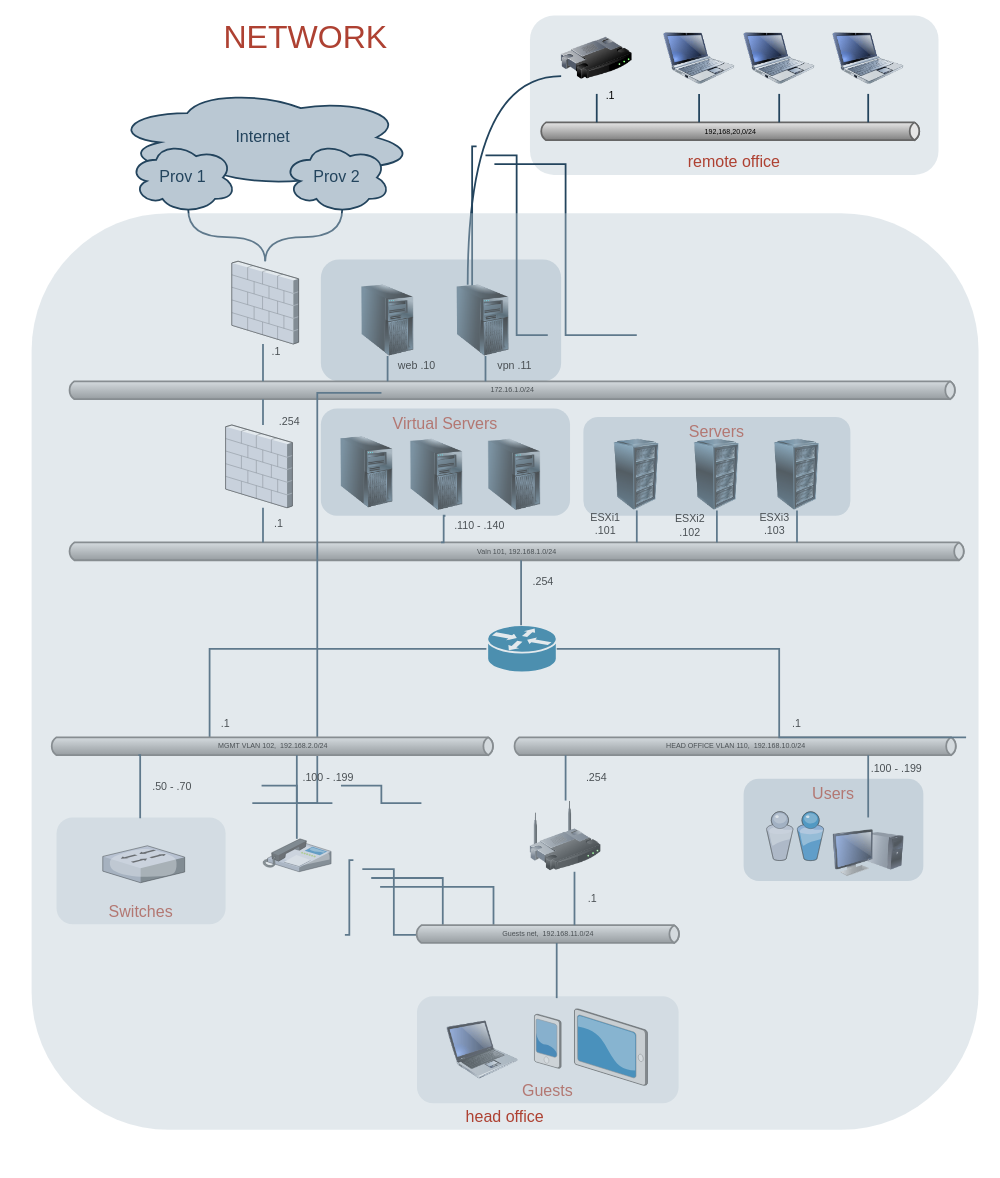
This is HW03_8_NETWORKS03/Untitled Diagram.drawio from alshelk/devops-netology, a draw.io file, before an edit. Source tidied: cells renumbered, new cells numbered last; positions are measured from the earlier drawing's top-left corner, leaving out a move shared by most shapes. Both pictures are drawn from the tidied source at 89%, with x=0, y=0 at pixel (22, 15).
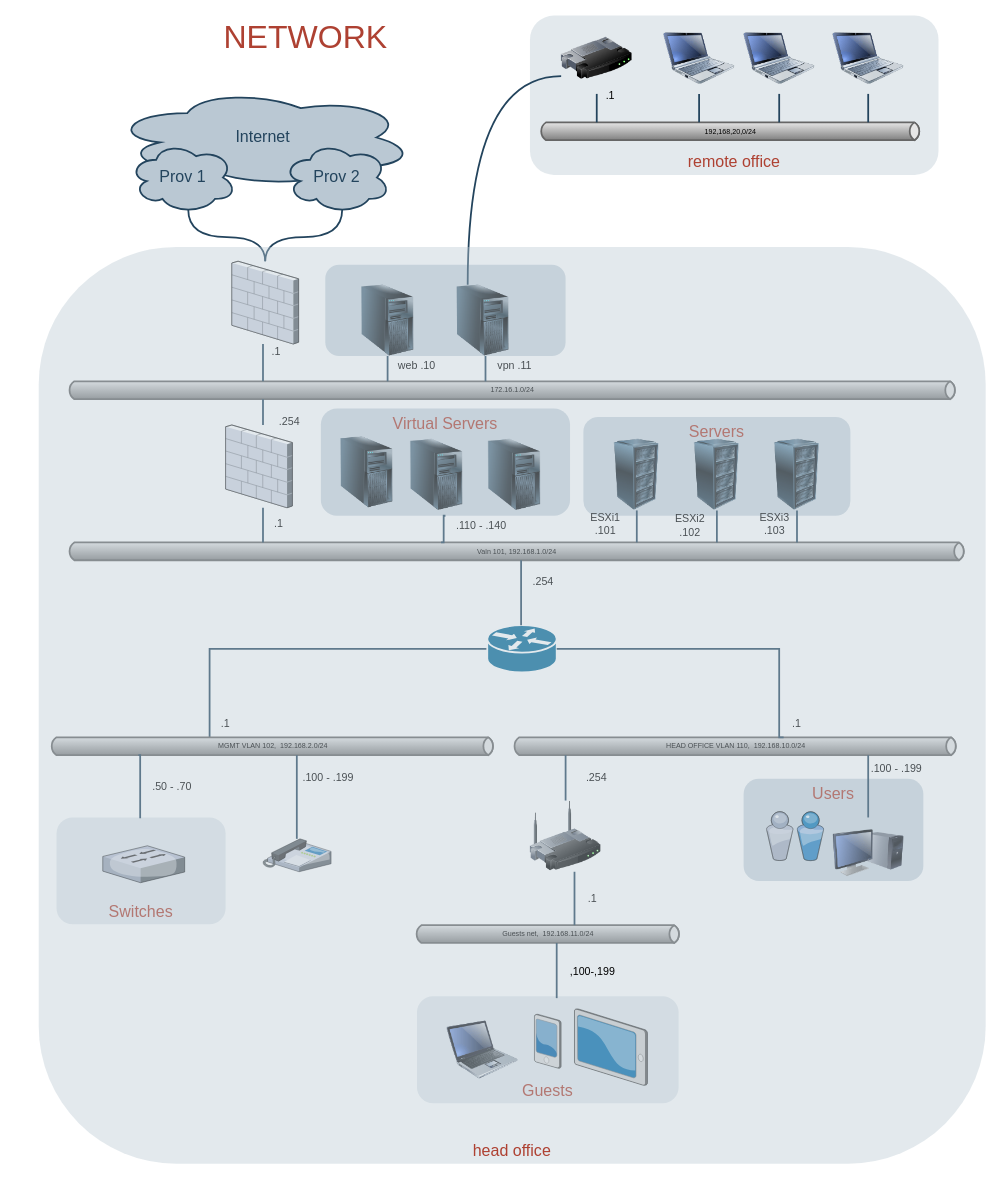
After the change.

The change refers to these unchanged cells:
```xml
<mxCell id="12" value="&lt;font color=&quot;#000000&quot;&gt;HEAD OFFICE VLAN 110,&amp;nbsp; 192.168.10.0/24&lt;/font&gt;" style="strokeWidth=2;strokeColor=#666666;dashed=0;align=center;html=1;fontSize=8;shape=mxgraph.eip.messageChannel;shadow=0;fillColor=#FFFFFF;gradientColor=none;fontColor=#F08705;fontStyle=0;" parent="1" vertex="1">
  <mxGeometry x="550" y="811" width="501" height="20" as="geometry" />
</mxCell>
<mxCell id="63" style="shape=mxgraph.cisco.routers.router;sketch=0;html=1;dashed=0;fillColor=#036897;strokeColor=#ffffff;strokeWidth=2;verticalLabelPosition=bottom;verticalAlign=top;align=center;outlineConnect=0;fontColor=#000000;" parent="1" vertex="1">
  <mxGeometry x="522" y="685" width="78" height="53" as="geometry" />
</mxCell>
<mxCell id="75" value=".1" style="text;html=1;strokeColor=none;fillColor=none;align=center;verticalAlign=middle;whiteSpace=wrap;rounded=0;fontColor=#000000;" parent="1" vertex="1">
  <mxGeometry x="840" y="781" width="60" height="30" as="geometry" />
</mxCell>
```

What changed in the source:
```diff
@@
     <mxCell id="3" style="rounded=1;whiteSpace=wrap;html=1;shadow=0;strokeColor=none;fillColor=#BAC8D3;gradientColor=none;fontSize=18;fontColor=#AE4132;verticalAlign=top;fontStyle=0;opacity=70;strokeWidth=3;" parent="1" vertex="1">
-      <mxGeometry x="335" y="274" width="270" height="137" as="geometry" />
+      <mxGeometry x="340" y="280" width="270" height="102.5" as="geometry" />
     </mxCell>
@@
-    <mxCell id="20" style="edgeStyle=elbowEdgeStyle;strokeWidth=2;rounded=0;endArrow=none;startArrow=none;startSize=10;endSize=10;dashed=0;html=1;strokeColor=#23445D;fontSize=18;fontColor=#F08705;startFill=0;endFill=0;fontStyle=0;" parent="1" edge="1">
-      <mxGeometry relative="1" as="geometry">
-        <mxPoint x="510" y="147" as="sourcePoint" />
-        <mxPoint x="500" y="359" as="targetPoint" />
-      </mxGeometry>
-    </mxCell>
-    <mxCell id="21" style="edgeStyle=elbowEdgeStyle;strokeWidth=2;rounded=0;endArrow=none;startArrow=none;startSize=10;endSize=10;dashed=0;html=1;strokeColor=#23445D;fontSize=18;fontColor=#F08705;startFill=0;endFill=0;fontStyle=0;" parent="1" edge="1">
-      <mxGeometry relative="1" as="geometry">
-        <mxPoint x="520" y="157" as="sourcePoint" />
-        <mxPoint x="590" y="359" as="targetPoint" />
-      </mxGeometry>
-    </mxCell>
-    <mxCell id="22" style="edgeStyle=elbowEdgeStyle;strokeWidth=2;rounded=0;endArrow=none;startArrow=none;startSize=10;endSize=10;dashed=0;html=1;strokeColor=#23445D;fontSize=18;fontColor=#F08705;startFill=0;endFill=0;fontStyle=0;" parent="1" edge="1">
-      <mxGeometry relative="1" as="geometry">
-        <mxPoint x="530" y="167" as="sourcePoint" />
-        <mxPoint x="690" y="359" as="targetPoint" />
-      </mxGeometry>
-    </mxCell>
@@
-    <mxCell id="34" style="edgeStyle=elbowEdgeStyle;strokeWidth=2;rounded=0;endArrow=none;startArrow=none;startSize=10;endSize=10;dashed=0;html=1;strokeColor=#23445D;fontSize=18;fontColor=#F08705;startFill=0;endFill=0;fontStyle=0;" parent="1" edge="1">
-      <mxGeometry relative="1" as="geometry">
-        <mxPoint x="403.1" y="423.9" as="sourcePoint" />
-        <mxPoint x="258" y="885" as="targetPoint" />
-      </mxGeometry>
-    </mxCell>
-    <mxCell id="35" style="edgeStyle=elbowEdgeStyle;strokeWidth=2;rounded=0;endArrow=none;startArrow=none;startSize=10;endSize=10;dashed=0;html=1;strokeColor=#23445D;fontSize=18;fontColor=#F08705;startFill=0;endFill=0;fontStyle=0;" parent="1" edge="1">
-      <mxGeometry relative="1" as="geometry">
-        <mxPoint x="268.4" y="865.2" as="sourcePoint" />
-        <mxPoint x="348" y="885" as="targetPoint" />
-      </mxGeometry>
-    </mxCell>
-    <mxCell id="36" style="edgeStyle=elbowEdgeStyle;strokeWidth=2;rounded=0;endArrow=none;startArrow=none;startSize=10;endSize=10;dashed=0;html=1;strokeColor=#23445D;fontSize=18;fontColor=#F08705;startFill=0;endFill=0;fontStyle=0;" parent="1" edge="1">
-      <mxGeometry relative="1" as="geometry">
-        <mxPoint x="357.6" y="865.2" as="sourcePoint" />
-        <mxPoint x="448" y="885" as="targetPoint" />
-      </mxGeometry>
-    </mxCell>
-    <mxCell id="37" style="edgeStyle=elbowEdgeStyle;strokeWidth=2;rounded=0;endArrow=none;startArrow=none;startSize=10;endSize=10;dashed=0;html=1;strokeColor=#23445D;fontSize=18;fontColor=#F08705;startFill=0;endFill=0;fontStyle=0;" parent="1" edge="1">
-      <mxGeometry relative="1" as="geometry">
-        <mxPoint x="362" y="1033" as="sourcePoint" />
-        <mxPoint x="371.6" y="949" as="targetPoint" />
-      </mxGeometry>
-    </mxCell>
-    <mxCell id="38" style="edgeStyle=elbowEdgeStyle;strokeWidth=2;rounded=0;endArrow=none;startArrow=none;startSize=10;endSize=10;dashed=0;html=1;strokeColor=#23445D;fontSize=18;fontColor=#F08705;startFill=0;endFill=0;fontStyle=0;" parent="1" edge="1">
-      <mxGeometry relative="1" as="geometry">
-        <mxPoint x="452" y="1033" as="sourcePoint" />
-        <mxPoint x="381.6" y="959" as="targetPoint" />
-      </mxGeometry>
-    </mxCell>
-    <mxCell id="39" style="edgeStyle=elbowEdgeStyle;strokeWidth=2;rounded=0;endArrow=none;startArrow=none;startSize=10;endSize=10;dashed=0;html=1;strokeColor=#23445D;fontSize=18;fontColor=#F08705;startFill=0;endFill=0;fontStyle=0;" parent="1" edge="1">
-      <mxGeometry relative="1" as="geometry">
-        <mxPoint x="552" y="1033" as="sourcePoint" />
-        <mxPoint x="391.6" y="969" as="targetPoint" />
-      </mxGeometry>
-    </mxCell>
-    <mxCell id="40" style="edgeStyle=elbowEdgeStyle;strokeWidth=2;rounded=0;endArrow=none;startArrow=none;startSize=10;endSize=10;dashed=0;html=1;strokeColor=#23445D;fontSize=18;fontColor=#F08705;startFill=0;endFill=0;fontStyle=0;" parent="1" edge="1">
-      <mxGeometry relative="1" as="geometry">
-        <mxPoint x="657" y="1033" as="sourcePoint" />
-        <mxPoint x="401.6" y="979" as="targetPoint" />
-      </mxGeometry>
-    </mxCell>
@@
-    <mxCell id="73" style="edgeStyle=elbowEdgeStyle;strokeWidth=2;rounded=0;endArrow=none;startArrow=none;startSize=10;endSize=10;dashed=0;html=1;strokeColor=#23445D;fontSize=18;fontColor=#F08705;startFill=0;endFill=0;fontStyle=0;exitX=0;exitY=0;exitDx=510;exitDy=0;exitPerimeter=0;" parent="1" edge="1" source="12" target="63">
+    <mxCell id="73" style="edgeStyle=elbowEdgeStyle;strokeWidth=2;rounded=0;endArrow=none;startArrow=none;startSize=10;endSize=10;dashed=0;html=1;strokeColor=#23445D;fontSize=18;fontColor=#F08705;startFill=0;endFill=0;fontStyle=0;exitX=0.25;exitY=1;exitDx=0;exitDy=0;" parent="1" edge="1" source="75" target="63">
       <mxGeometry relative="1" as="geometry">
         <Array as="points">
           <mxPoint x="850" y="811" />
         </Array>
       </mxGeometry>
     </mxCell>
@@
     <mxCell id="96" value=".110 - .140" style="text;html=1;align=center;verticalAlign=middle;strokeColor=none;fillColor=none;fontColor=#000000;" parent="1" vertex="1">
-      <mxGeometry x="473" y="557.5" width="80" height="30" as="geometry" />
+      <mxGeometry x="475" y="557.5" width="80" height="30" as="geometry" />
     </mxCell>
@@
     <mxCell id="99" value="head office" style="rounded=1;whiteSpace=wrap;html=1;shadow=0;strokeColor=none;fillColor=#BAC8D3;gradientColor=none;fontSize=18;fontColor=#AE4132;fontStyle=0;verticalAlign=bottom;opacity=40;strokeWidth=3;" parent="1" vertex="1">
-      <mxGeometry x="10" y="222" width="1064" height="1030" as="geometry" />
+      <mxGeometry x="18" y="260" width="1064" height="1030" as="geometry" />
     </mxCell>
+    <mxCell id="100" value=",100-,199" style="text;html=1;align=center;verticalAlign=middle;strokeColor=none;fillColor=none;" parent="1" vertex="1">
+      <mxGeometry x="605" y="1060" width="70" height="30" as="geometry" />
+    </mxCell>
```
